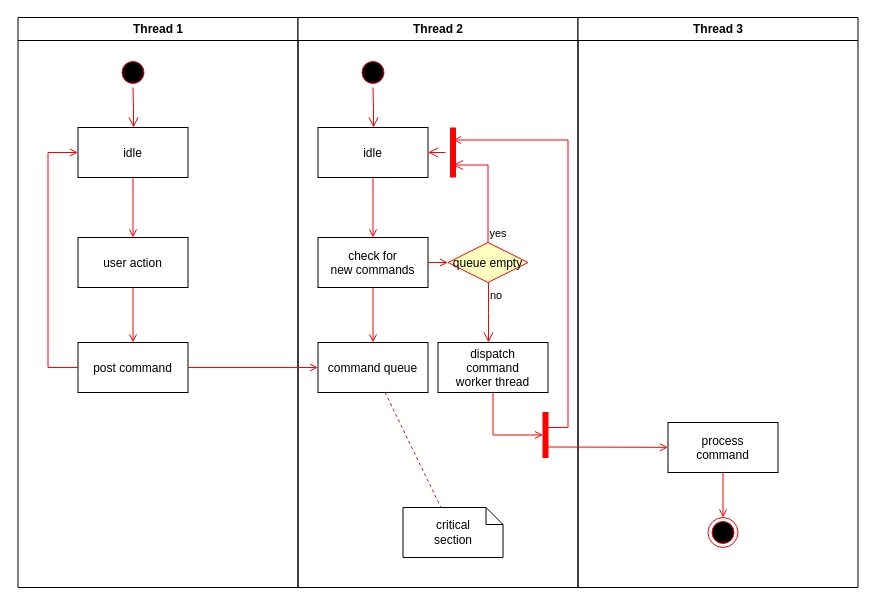
Earlier version of the draw.io diagram 會員登入.drawio (4gold/github-slideshow). Source tidied: cells renumbered, new cells numbered last; positions are measured from the earlier drawing's top-left corner, leaving out a move shared by most shapes. Both pictures are drawn from the tidied source at 100%, with x=0, y=0 at pixel (17, 17).
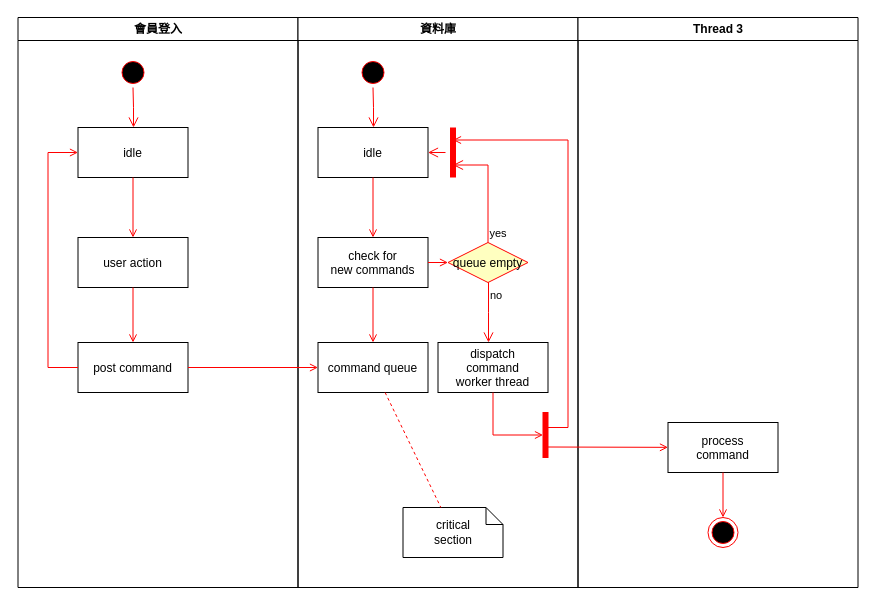
After the change.

Change to the diagram source:
```diff
@@
-    <mxCell id="2" value="Thread 1" style="swimlane;whiteSpace=wrap;" parent="1" vertex="1">
+    <mxCell id="2" value="會員登入" style="swimlane;whiteSpace=wrap;" parent="1" vertex="1">
       <mxGeometry x="0.5" width="280" height="570" as="geometry" />
     </mxCell>
@@
-    <mxCell id="11" value="Thread 2" style="swimlane;whiteSpace=wrap;" parent="1" vertex="1">
+    <mxCell id="11" value="資料庫" style="swimlane;whiteSpace=wrap;" parent="1" vertex="1">
       <mxGeometry x="280.5" width="280" height="570" as="geometry" />
     </mxCell>
```
